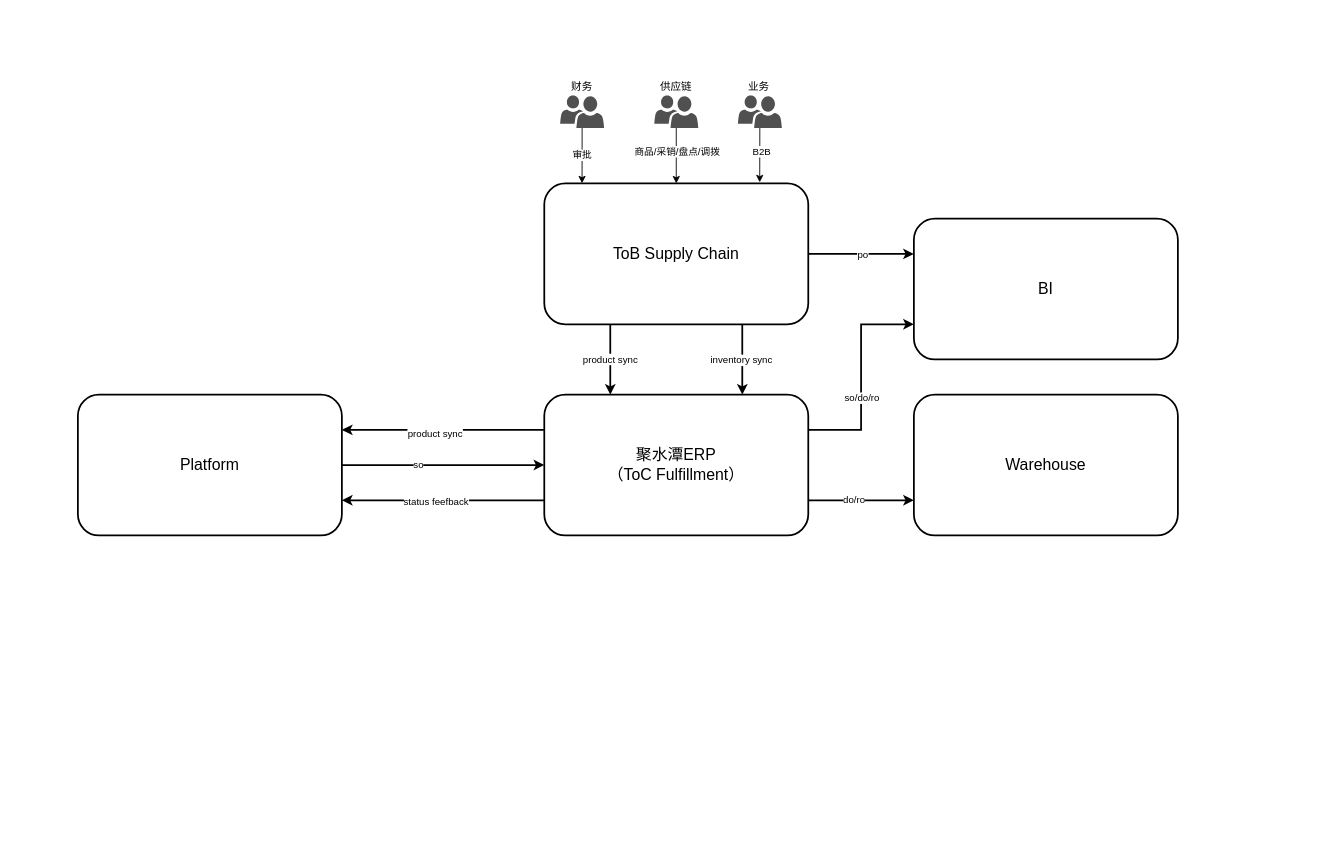
jackie-thank/beego-authz keeps this draw.io diagram as page "currence" (1 of 3) of 未命名绘图.drawio. Above is the earlier version. Source tidied: cells renumbered, new cells numbered last; positions are measured from the earlier drawing's top-left corner, leaving out a move shared by most shapes. Both pictures are drawn from the tidied source at 88%, with x=0, y=0 at pixel (77, 77).
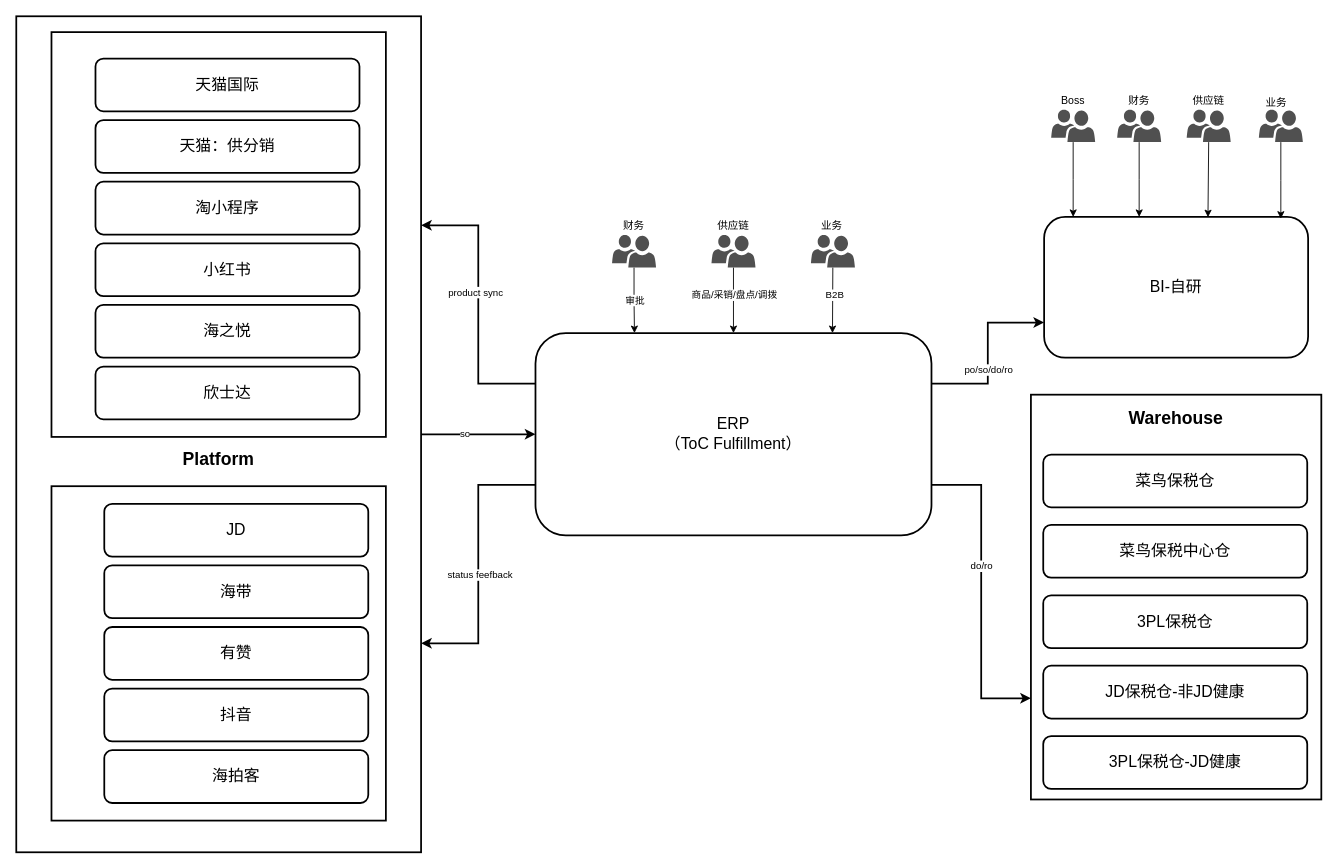
The same diagram, later.

Commit message:
更新未命名绘图.drawio

The change refers to these unchanged cells:
```xml
<mxCell id="8" style="edgeStyle=orthogonalEdgeStyle;rounded=0;jettySize=auto;html=1;exitX=1;exitY=0.25;exitDx=0;exitDy=0;entryX=0;entryY=0.75;entryDx=0;entryDy=0;strokeWidth=2;" parent="1" edge="1" source="16" target="17">
  <mxGeometry relative="1" as="geometry" />
</mxCell>
<mxCell id="12" style="edgeStyle=orthogonalEdgeStyle;rounded=0;jettySize=auto;html=1;exitX=1;exitY=0.75;exitDx=0;exitDy=0;entryX=0;entryY=0.75;entryDx=0;entryDy=0;strokeWidth=2;" parent="1" edge="1" source="16" target="21">
  <mxGeometry relative="1" as="geometry" />
</mxCell>
```

Diff of the diagram source:
```diff
@@
-    <mxCell id="2" style="edgeStyle=orthogonalEdgeStyle;rounded=0;jettySize=auto;html=1;exitX=1;exitY=0.5;exitDx=0;exitDy=0;entryX=0;entryY=0.25;entryDx=0;entryDy=0;strokeWidth=2;" parent="1" edge="1" source="7" target="17">
-      <mxGeometry relative="1" as="geometry" />
-    </mxCell>
-    <mxCell id="3" value="po" style="edgeLabel;html=1;align=center;verticalAlign=middle;" parent="2" vertex="1">
-      <mxGeometry x="0.02" relative="1" as="geometry" />
-    </mxCell>
-    <mxCell id="4" style="edgeStyle=none;rounded=0;jettySize=auto;html=1;exitX=0.75;exitY=1;exitDx=0;exitDy=0;entryX=0.75;entryY=0;entryDx=0;entryDy=0;strokeWidth=2;" parent="1" edge="1" source="7" target="16">
-      <mxGeometry relative="1" as="geometry" />
-    </mxCell>
-    <mxCell id="5" value="inventory sync" style="edgeLabel;html=1;align=center;verticalAlign=middle;" parent="4" vertex="1">
-      <mxGeometry y="-2" relative="1" as="geometry" />
-    </mxCell>
-    <mxCell id="6" value="product sync" style="edgeStyle=none;rounded=0;jettySize=auto;html=1;exitX=0.25;exitY=1;exitDx=0;exitDy=0;entryX=0.25;entryY=0;entryDx=0;entryDy=0;strokeWidth=2;" parent="1" edge="1" source="7" target="16">
-      <mxGeometry relative="1" as="geometry" />
-    </mxCell>
-    <mxCell id="7" value="ToB Supply Chain" style="rounded=1;whiteSpace=wrap;html=1;strokeWidth=2;fontSize=18;" parent="1" vertex="1">
-      <mxGeometry x="530" y="121" width="300" height="160" as="geometry" />
-    </mxCell>
+    <mxCell id="20" value="&lt;b&gt;&lt;font style=&quot;font-size: 20px;&quot;&gt;&lt;br&gt;&lt;/font&gt;&lt;/b&gt;&lt;div&gt;&lt;b&gt;&lt;font style=&quot;font-size: 20px;&quot;&gt;&lt;br&gt;&lt;/font&gt;&lt;/b&gt;&lt;/div&gt;&lt;div&gt;&lt;b&gt;&lt;font style=&quot;font-size: 20px;&quot;&gt;&lt;br&gt;&lt;/font&gt;&lt;/b&gt;&lt;/div&gt;&lt;div&gt;&lt;b&gt;&lt;font style=&quot;font-size: 20px;&quot;&gt;&lt;br&gt;&lt;/font&gt;&lt;/b&gt;&lt;/div&gt;&lt;div&gt;&lt;b&gt;&lt;font style=&quot;font-size: 20px;&quot;&gt;Platform&lt;/font&gt;&lt;/b&gt;&lt;/div&gt;&lt;div&gt;&lt;br&gt;&lt;/div&gt;&lt;div&gt;&lt;br&gt;&lt;/div&gt;" style="rounded=0;whiteSpace=wrap;html=1;strokeWidth=2;fontSize=18;" parent="1" vertex="1">
+      <mxGeometry x="-70" y="-69" width="460" height="950" as="geometry" />
+    </mxCell>
+    <mxCell id="33" style="rounded=0;whiteSpace=wrap;html=1;strokeWidth=2;" parent="1" vertex="1">
+      <mxGeometry x="-30" y="465" width="380" height="380" as="geometry" />
+    </mxCell>
+    <mxCell id="34" style="rounded=0;whiteSpace=wrap;html=1;strokeWidth=2;" parent="1" vertex="1">
+      <mxGeometry x="-30" y="-51" width="380" height="460" as="geometry" />
+    </mxCell>
@@
-    <mxCell id="9" value="so/do/ro" style="edgeLabel;html=1;align=center;verticalAlign=middle;" parent="8" vertex="1">
+    <mxCell id="9" value="po/so/do/ro" style="edgeLabel;html=1;align=center;verticalAlign=middle;" parent="8" vertex="1">
       <mxGeometry x="-0.19" relative="1" as="geometry" />
     </mxCell>
@@
     <mxCell id="13" value="do/ro" style="edgeLabel;html=1;align=center;verticalAlign=middle;" parent="12" vertex="1">
-      <mxGeometry x="-0.15" y="1" relative="1" as="geometry" />
+      <mxGeometry x="-0.15" y="1" relative="1" as="geometry">
+        <mxPoint x="-1" y="-3" as="offset" />
+      </mxGeometry>
     </mxCell>
-    <mxCell id="14" style="edgeStyle=none;rounded=0;jettySize=auto;html=1;exitX=0;exitY=0.25;exitDx=0;exitDy=0;entryX=1;entryY=0.25;entryDx=0;entryDy=0;strokeWidth=2;" parent="1" edge="1" source="16" target="20">
+    <mxCell id="14" style="edgeStyle=orthogonalEdgeStyle;rounded=0;jettySize=auto;html=1;exitX=0;exitY=0.25;exitDx=0;exitDy=0;entryX=1;entryY=0.25;entryDx=0;entryDy=0;strokeWidth=2;" parent="1" edge="1" source="16" target="20">
       <mxGeometry relative="1" as="geometry" />
     </mxCell>
@@
-    <mxCell id="16" value="&lt;div&gt;聚水潭ERP&lt;/div&gt;（ToC Fulfillment）" style="rounded=1;whiteSpace=wrap;html=1;strokeWidth=2;fontSize=18;" parent="1" vertex="1">
-      <mxGeometry x="530" y="361" width="300" height="160" as="geometry" />
+    <mxCell id="16" value="&lt;div&gt;ERP&lt;/div&gt;（ToC Fulfillment）" style="rounded=1;whiteSpace=wrap;html=1;strokeWidth=2;fontSize=18;" parent="1" vertex="1">
+      <mxGeometry x="520" y="291" width="450" height="230" as="geometry" />
     </mxCell>
-    <mxCell id="17" value="BI" style="rounded=1;whiteSpace=wrap;html=1;strokeWidth=2;fontSize=18;" parent="1" vertex="1">
-      <mxGeometry x="950" y="161" width="300" height="160" as="geometry" />
+    <mxCell id="17" value="BI-自研" style="rounded=1;whiteSpace=wrap;html=1;strokeWidth=2;fontSize=18;" parent="1" vertex="1">
+      <mxGeometry x="1098" y="159" width="300" height="160" as="geometry" />
     </mxCell>
@@
-    <mxCell id="20" value="Platform" style="rounded=1;whiteSpace=wrap;html=1;strokeWidth=2;fontSize=18;" parent="1" vertex="1">
-      <mxGeometry y="361" width="300" height="160" as="geometry" />
-    </mxCell>
-    <mxCell id="21" value="Warehouse" style="rounded=1;whiteSpace=wrap;html=1;strokeWidth=2;fontSize=18;" parent="1" vertex="1">
-      <mxGeometry x="950" y="361" width="300" height="160" as="geometry" />
+    <mxCell id="21" value="&lt;div&gt;Warehouse&lt;/div&gt;&lt;div&gt;&lt;br&gt;&lt;/div&gt;&lt;div&gt;&lt;br&gt;&lt;/div&gt;&lt;div&gt;&lt;br&gt;&lt;/div&gt;&lt;div&gt;&lt;br&gt;&lt;/div&gt;&lt;div&gt;&lt;br&gt;&lt;/div&gt;&lt;div&gt;&lt;br&gt;&lt;/div&gt;&lt;div&gt;&lt;br&gt;&lt;/div&gt;&lt;div&gt;&lt;br&gt;&lt;/div&gt;&lt;div&gt;&lt;br&gt;&lt;/div&gt;&lt;div&gt;&lt;br&gt;&lt;/div&gt;&lt;div&gt;&lt;br&gt;&lt;/div&gt;&lt;div&gt;&lt;br&gt;&lt;/div&gt;&lt;div&gt;&lt;br&gt;&lt;/div&gt;&lt;div&gt;&lt;br&gt;&lt;/div&gt;&lt;div&gt;&lt;br&gt;&lt;/div&gt;&lt;div&gt;&lt;br&gt;&lt;/div&gt;&lt;div&gt;&lt;br&gt;&lt;/div&gt;" style="rounded=0;whiteSpace=wrap;html=1;strokeWidth=2;fontSize=20;fontStyle=1;" parent="1" vertex="1">
+      <mxGeometry x="1083" y="361" width="330" height="460" as="geometry" />
     </mxCell>
-    <mxCell id="22" style="edgeStyle=orthogonalEdgeStyle;rounded=0;jettySize=auto;html=1;" parent="1" edge="1" source="24" target="7">
+    <mxCell id="22" style="edgeStyle=orthogonalEdgeStyle;rounded=0;jettySize=auto;html=1;entryX=0.5;entryY=0;entryDx=0;entryDy=0;" parent="1" edge="1" source="24" target="16">
       <mxGeometry relative="1" as="geometry" />
     </mxCell>
@@
     <mxCell id="24" style="sketch=0;shadow=0;dashed=0;html=1;strokeColor=none;labelPosition=center;verticalLabelPosition=bottom;verticalAlign=top;align=center;fillColor=#505050;shape=mxgraph.mscae.intune.user_group;" parent="1" vertex="1">
-      <mxGeometry x="655" y="21" width="50" height="37" as="geometry" />
+      <mxGeometry x="720" y="179.5" width="50" height="37" as="geometry" />
     </mxCell>
-    <mxCell id="25" value="审批" style="edgeStyle=orthogonalEdgeStyle;rounded=0;jettySize=auto;html=1;exitX=0.5;exitY=1;exitDx=0;exitDy=0;exitPerimeter=0;entryX=0.143;entryY=-0.001;entryDx=0;entryDy=0;entryPerimeter=0;" parent="1" edge="1" source="26" target="7">
+    <mxCell id="25" value="审批" style="edgeStyle=orthogonalEdgeStyle;rounded=0;jettySize=auto;html=1;exitX=0.5;exitY=1;exitDx=0;exitDy=0;exitPerimeter=0;entryX=0.25;entryY=0;entryDx=0;entryDy=0;" parent="1" edge="1" source="26" target="16">
       <mxGeometry relative="1" as="geometry" />
     </mxCell>
     <mxCell id="26" style="sketch=0;shadow=0;dashed=0;html=1;strokeColor=none;labelPosition=center;verticalLabelPosition=bottom;verticalAlign=top;align=center;fillColor=#505050;shape=mxgraph.mscae.intune.user_group;" parent="1" vertex="1">
-      <mxGeometry x="548" y="21" width="50" height="37" as="geometry" />
+      <mxGeometry x="607" y="179.5" width="50" height="37" as="geometry" />
     </mxCell>
-    <mxCell id="27" style="rounded=0;jettySize=auto;html=1;entryX=0.816;entryY=-0.008;entryDx=0;entryDy=0;entryPerimeter=0;" parent="1" edge="1" source="29" target="7">
+    <mxCell id="27" style="rounded=0;jettySize=auto;html=1;entryX=0.75;entryY=0;entryDx=0;entryDy=0;" parent="1" edge="1" source="29" target="16">
       <mxGeometry relative="1" as="geometry" />
     </mxCell>
@@
     <mxCell id="29" style="sketch=0;shadow=0;dashed=0;html=1;strokeColor=none;labelPosition=center;verticalLabelPosition=bottom;verticalAlign=top;align=center;fillColor=#505050;shape=mxgraph.mscae.intune.user_group;" parent="1" vertex="1">
-      <mxGeometry x="750" y="21" width="50" height="37" as="geometry" />
+      <mxGeometry x="833" y="179.5" width="50" height="37" as="geometry" />
     </mxCell>
     <mxCell id="30" value="财务" style="text;html=1;align=center;verticalAlign=middle;whiteSpace=wrap;rounded=0;" parent="1" vertex="1">
-      <mxGeometry x="558" width="30" height="21" as="geometry" />
+      <mxGeometry x="617" y="158.5" width="30" height="21" as="geometry" />
     </mxCell>
     <mxCell id="31" value="供应链" style="text;html=1;align=center;verticalAlign=middle;whiteSpace=wrap;rounded=0;" parent="1" vertex="1">
-      <mxGeometry x="660" width="40" height="21" as="geometry" />
+      <mxGeometry x="725" y="158.5" width="40" height="21" as="geometry" />
     </mxCell>
     <mxCell id="32" value="业务" style="text;html=1;align=center;verticalAlign=middle;whiteSpace=wrap;rounded=0;" parent="1" vertex="1">
-      <mxGeometry x="759" width="30" height="21" as="geometry" />
+      <mxGeometry x="842" y="158.5" width="30" height="21" as="geometry" />
     </mxCell>
+    <mxCell id="35" value="天猫：供分销" style="rounded=1;whiteSpace=wrap;html=1;strokeWidth=2;fontSize=18;" parent="1" vertex="1">
+      <mxGeometry x="20" y="49" width="300" height="60" as="geometry" />
+    </mxCell>
+    <mxCell id="36" value="淘小程序" style="rounded=1;whiteSpace=wrap;html=1;strokeWidth=2;fontSize=18;" parent="1" vertex="1">
+      <mxGeometry x="20" y="119" width="300" height="60" as="geometry" />
+    </mxCell>
+    <mxCell id="37" value="天猫国际" style="rounded=1;whiteSpace=wrap;html=1;strokeWidth=2;fontSize=18;" parent="1" vertex="1">
+      <mxGeometry x="20" y="-21" width="300" height="60" as="geometry" />
+    </mxCell>
+    <mxCell id="38" value="小红书" style="rounded=1;whiteSpace=wrap;html=1;strokeWidth=2;fontSize=18;" parent="1" vertex="1">
+      <mxGeometry x="20" y="189" width="300" height="60" as="geometry" />
+    </mxCell>
+    <mxCell id="39" value="海之悦" style="rounded=1;whiteSpace=wrap;html=1;strokeWidth=2;fontSize=18;" parent="1" vertex="1">
+      <mxGeometry x="20" y="259" width="300" height="60" as="geometry" />
+    </mxCell>
+    <mxCell id="40" value="欣士达" style="rounded=1;whiteSpace=wrap;html=1;strokeWidth=2;fontSize=18;" parent="1" vertex="1">
+      <mxGeometry x="20" y="329" width="300" height="60" as="geometry" />
+    </mxCell>
+    <mxCell id="41" value="抖音" style="rounded=1;whiteSpace=wrap;html=1;strokeWidth=2;fontSize=18;" parent="1" vertex="1">
+      <mxGeometry x="30" y="695" width="300" height="60" as="geometry" />
+    </mxCell>
+    <mxCell id="42" value="海带" style="rounded=1;whiteSpace=wrap;html=1;strokeWidth=2;fontSize=18;" parent="1" vertex="1">
+      <mxGeometry x="30" y="555" width="300" height="60" as="geometry" />
+    </mxCell>
+    <mxCell id="43" value="有赞" style="rounded=1;whiteSpace=wrap;html=1;strokeWidth=2;fontSize=18;" parent="1" vertex="1">
+      <mxGeometry x="30" y="625" width="300" height="60" as="geometry" />
+    </mxCell>
+    <mxCell id="44" value="JD" style="rounded=1;whiteSpace=wrap;html=1;strokeWidth=2;fontSize=18;" parent="1" vertex="1">
+      <mxGeometry x="30" y="485" width="300" height="60" as="geometry" />
+    </mxCell>
+    <mxCell id="45" value="海拍客" style="rounded=1;whiteSpace=wrap;html=1;strokeWidth=2;fontSize=18;" parent="1" vertex="1">
+      <mxGeometry x="30" y="765" width="300" height="60" as="geometry" />
+    </mxCell>
+    <mxCell id="46" value="菜鸟保税仓" style="rounded=1;whiteSpace=wrap;html=1;strokeWidth=2;fontSize=18;" parent="1" vertex="1">
+      <mxGeometry x="1097" y="429" width="300" height="60" as="geometry" />
+    </mxCell>
+    <mxCell id="47" value="菜鸟保税中心仓" style="rounded=1;whiteSpace=wrap;html=1;strokeWidth=2;fontSize=18;" parent="1" vertex="1">
+      <mxGeometry x="1097" y="509" width="300" height="60" as="geometry" />
+    </mxCell>
+    <mxCell id="48" value="3PL保税仓" style="rounded=1;whiteSpace=wrap;html=1;strokeWidth=2;fontSize=18;" parent="1" vertex="1">
+      <mxGeometry x="1097" y="589" width="300" height="60" as="geometry" />
+    </mxCell>
+    <mxCell id="49" value="JD保税仓-非JD健康" style="rounded=1;whiteSpace=wrap;html=1;strokeWidth=2;fontSize=18;" parent="1" vertex="1">
+      <mxGeometry x="1097" y="669" width="300" height="60" as="geometry" />
+    </mxCell>
+    <mxCell id="50" value="3PL保税仓-JD健康" style="rounded=1;whiteSpace=wrap;html=1;strokeWidth=2;fontSize=18;" parent="1" vertex="1">
+      <mxGeometry x="1097" y="749" width="300" height="60" as="geometry" />
+    </mxCell>
+    <mxCell id="51" style="edgeStyle=orthogonalEdgeStyle;rounded=0;jettySize=auto;html=1;exitX=0.5;exitY=1;exitDx=0;exitDy=0;exitPerimeter=0;entryX=0.5;entryY=0;entryDx=0;entryDy=0;" parent="1" edge="1" source="52">
+      <mxGeometry relative="1" as="geometry">
+        <mxPoint x="1206" y="159" as="targetPoint" />
+      </mxGeometry>
+    </mxCell>
+    <mxCell id="52" style="sketch=0;shadow=0;dashed=0;html=1;strokeColor=none;labelPosition=center;verticalLabelPosition=bottom;verticalAlign=top;align=center;fillColor=#505050;shape=mxgraph.mscae.intune.user_group;" parent="1" vertex="1">
+      <mxGeometry x="1181" y="37" width="50" height="37" as="geometry" />
+    </mxCell>
+    <mxCell id="53" style="edgeStyle=orthogonalEdgeStyle;rounded=0;jettySize=auto;html=1;exitX=0.5;exitY=1;exitDx=0;exitDy=0;exitPerimeter=0;entryX=0.25;entryY=0;entryDx=0;entryDy=0;" parent="1" edge="1" source="54">
+      <mxGeometry relative="1" as="geometry">
+        <mxPoint x="1131" y="159" as="targetPoint" />
+      </mxGeometry>
+    </mxCell>
+    <mxCell id="54" style="sketch=0;shadow=0;dashed=0;html=1;strokeColor=none;labelPosition=center;verticalLabelPosition=bottom;verticalAlign=top;align=center;fillColor=#505050;shape=mxgraph.mscae.intune.user_group;" parent="1" vertex="1">
+      <mxGeometry x="1106" y="37" width="50" height="37" as="geometry" />
+    </mxCell>
+    <mxCell id="55" style="edgeStyle=orthogonalEdgeStyle;rounded=0;jettySize=auto;html=1;exitX=0.5;exitY=1;exitDx=0;exitDy=0;exitPerimeter=0;" parent="1" edge="1" source="56">
+      <mxGeometry relative="1" as="geometry">
+        <mxPoint x="1367" y="161" as="targetPoint" />
+      </mxGeometry>
+    </mxCell>
+    <mxCell id="56" style="sketch=0;shadow=0;dashed=0;html=1;strokeColor=none;labelPosition=center;verticalLabelPosition=bottom;verticalAlign=top;align=center;fillColor=#505050;shape=mxgraph.mscae.intune.user_group;" parent="1" vertex="1">
+      <mxGeometry x="1342" y="37" width="50" height="37" as="geometry" />
+    </mxCell>
+    <mxCell id="57" value="Boss" style="text;html=1;align=center;verticalAlign=middle;whiteSpace=wrap;rounded=0;" parent="1" vertex="1">
+      <mxGeometry x="1116" y="16" width="30" height="21" as="geometry" />
+    </mxCell>
+    <mxCell id="58" value="财务" style="text;html=1;align=center;verticalAlign=middle;whiteSpace=wrap;rounded=0;" parent="1" vertex="1">
+      <mxGeometry x="1186" y="16" width="40" height="21" as="geometry" />
+    </mxCell>
+    <mxCell id="59" value="供应链" style="text;html=1;align=center;verticalAlign=middle;whiteSpace=wrap;rounded=0;" parent="1" vertex="1">
+      <mxGeometry x="1265" y="16" width="40" height="21" as="geometry" />
+    </mxCell>
+    <mxCell id="60" style="sketch=0;shadow=0;dashed=0;html=1;strokeColor=none;labelPosition=center;verticalLabelPosition=bottom;verticalAlign=top;align=center;fillColor=#505050;shape=mxgraph.mscae.intune.user_group;" parent="1" vertex="1">
+      <mxGeometry x="1260" y="37" width="50" height="37" as="geometry" />
+    </mxCell>
+    <mxCell id="61" style="edgeStyle=none;rounded=0;jettySize=auto;html=1;exitX=0.5;exitY=1;exitDx=0;exitDy=0;exitPerimeter=0;entryX=0.654;entryY=0.002;entryDx=0;entryDy=0;entryPerimeter=0;" parent="1" edge="1" source="60">
+      <mxGeometry relative="1" as="geometry">
+        <mxPoint x="1284.2" y="159.3" as="targetPoint" />
+      </mxGeometry>
+    </mxCell>
+    <mxCell id="62" value="业务" style="text;html=1;align=center;verticalAlign=middle;whiteSpace=wrap;rounded=0;" parent="1" vertex="1">
+      <mxGeometry x="1342" y="18" width="40" height="21" as="geometry" />
+    </mxCell>
```
